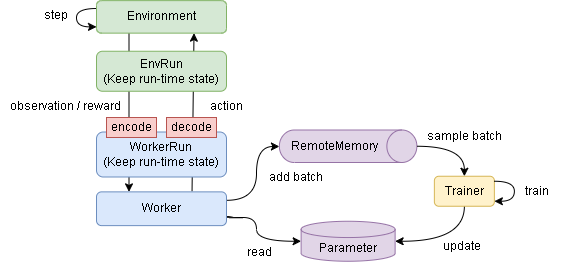
This is diagrams/overview-sequence.drawio.png from pocokhc/simple_distributed_rl, a draw.io export, as it was before one commit. Source tidied: cells renumbered, new cells last; positions are measured from the earlier drawing's top-left corner, leaving out a move shared by most shapes.
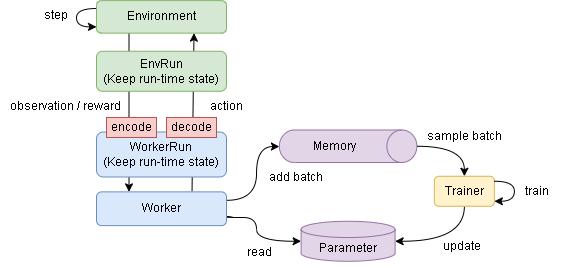
Later version of the same file.

Diff of the diagram source:
```diff
@@ -60,7 +60,7 @@
     <mxCell id="14" style="shape=cylinder3;whiteSpace=wrap;html=1;boundedLbl=1;backgroundOutline=1;size=15;rotation=90;fillColor=#e1d5e7;strokeColor=#9673a6;" parent="13" vertex="1">
       <mxGeometry x="52.5" y="-52.5" width="32.5" height="137.5" as="geometry" />
     </mxCell>
-    <mxCell id="15" value="RemoteMemory" style="text;html=1;strokeColor=none;fillColor=none;align=center;verticalAlign=middle;whiteSpace=wrap;rounded=0;" parent="13" vertex="1">
+    <mxCell id="15" value="Memory" style="text;html=1;strokeColor=none;fillColor=none;align=center;verticalAlign=middle;whiteSpace=wrap;rounded=0;" parent="13" vertex="1">
       <mxGeometry x="25" y="1.2" width="60" height="30" as="geometry" />
     </mxCell>
     <mxCell id="16" value="add batch" style="text;html=1;strokeColor=none;fillColor=none;align=center;verticalAlign=middle;whiteSpace=wrap;rounded=0;" parent="1" vertex="1">
```
